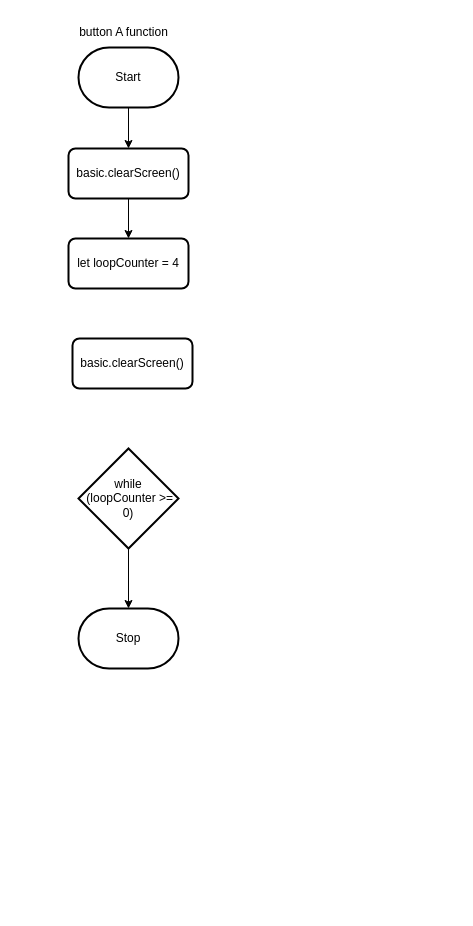
Before: design/flowchart.drawio in MTHS-TEJ2O-1-2023/TEJ2O-Unit-2-13-Liya-Getachew, a draw.io diagram. Source tidied: cells renumbered, new cells numbered last; positions are measured from the earlier drawing's top-left corner, leaving out a move shared by most shapes. Both pictures are drawn from the tidied source at 100%, with x=0, y=0 at pixel (68, 17).
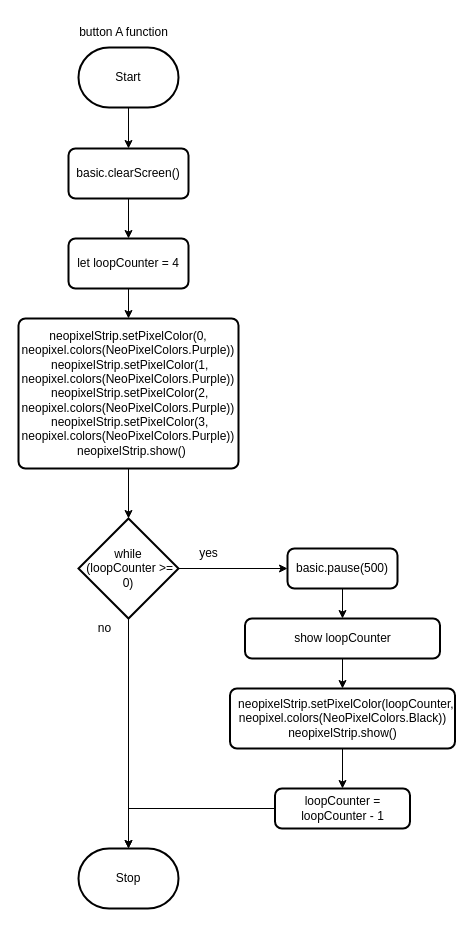
After the change.

Unchanged cells that the change refers to:
```xml
<mxCell id="3" value="Start" style="strokeWidth=2;html=1;shape=mxgraph.flowchart.terminator;whiteSpace=wrap;" parent="1" vertex="1">
  <mxGeometry x="10" y="30" width="100" height="60" as="geometry" />
</mxCell>
<mxCell id="7" value="basic.clearScreen()" style="rounded=1;whiteSpace=wrap;html=1;absoluteArcSize=1;arcSize=14;strokeWidth=2;" parent="1" vertex="1">
  <mxGeometry y="131" width="120" height="50" as="geometry" />
</mxCell>
<mxCell id="8" value="let loopCounter = 4" style="rounded=1;whiteSpace=wrap;html=1;absoluteArcSize=1;arcSize=14;strokeWidth=2;" parent="1" vertex="1">
  <mxGeometry y="221" width="120" height="50" as="geometry" />
</mxCell>
```

Diff of the diagram source:
```diff
@@
-    <mxCell id="2" style="edgeStyle=none;html=1;" parent="1" edge="1" source="3" target="7">
+    <mxCell id="2" style="edgeStyle=orthogonalEdgeStyle;html=1;rounded=0;" parent="1" edge="1" source="3" target="7">
       <mxGeometry relative="1" as="geometry" />
     </mxCell>
@@
     <mxCell id="4" value="Stop" style="strokeWidth=2;html=1;shape=mxgraph.flowchart.terminator;whiteSpace=wrap;" parent="1" vertex="1">
-      <mxGeometry x="10" y="591" width="100" height="60" as="geometry" />
+      <mxGeometry x="10" y="831" width="100" height="60" as="geometry" />
     </mxCell>
@@
-    <mxCell id="6" style="edgeStyle=none;html=1;" parent="1" edge="1" source="7" target="8">
+    <mxCell id="6" style="edgeStyle=orthogonalEdgeStyle;html=1;rounded=0;" parent="1" edge="1" source="7" target="8">
       <mxGeometry relative="1" as="geometry" />
     </mxCell>
@@
+    <mxCell id="12" style="edgeStyle=orthogonalEdgeStyle;html=1;rounded=0;" parent="1" edge="1" source="8" target="11">
+      <mxGeometry relative="1" as="geometry" />
+    </mxCell>
@@
-    <mxCell id="9" style="edgeStyle=none;html=1;" parent="1" edge="1" source="10" target="4">
+    <mxCell id="9" style="edgeStyle=orthogonalEdgeStyle;html=1;rounded=0;" parent="1" edge="1" source="10" target="4">
       <mxGeometry relative="1" as="geometry" />
     </mxCell>
+    <mxCell id="13" style="edgeStyle=orthogonalEdgeStyle;html=1;rounded=0;" parent="1" edge="1" source="10" target="16">
+      <mxGeometry relative="1" as="geometry" />
+    </mxCell>
     <mxCell id="10" value="while&lt;br&gt;&amp;nbsp;(loopCounter &amp;gt;= 0)" style="strokeWidth=2;html=1;shape=mxgraph.flowchart.decision;whiteSpace=wrap;" parent="1" vertex="1">
-      <mxGeometry x="10" y="431" width="100" height="100" as="geometry" />
+      <mxGeometry x="10" y="501" width="100" height="100" as="geometry" />
     </mxCell>
+    <mxCell id="14" style="edgeStyle=orthogonalEdgeStyle;html=1;rounded=0;" parent="1" edge="1" source="11" target="10">
+      <mxGeometry relative="1" as="geometry" />
+    </mxCell>
-    <mxCell id="11" value="basic.clearScreen()" style="rounded=1;whiteSpace=wrap;html=1;absoluteArcSize=1;arcSize=14;strokeWidth=2;" parent="1" vertex="1">
-      <mxGeometry x="4" y="321" width="120" height="50" as="geometry" />
+    <mxCell id="11" value="&lt;div&gt;neopixelStrip.setPixelColor(0, neopixel.colors(NeoPixelColors.Purple))&lt;/div&gt;&lt;div&gt;&amp;nbsp;neopixelStrip.setPixelColor(1, neopixel.colors(NeoPixelColors.Purple))&lt;/div&gt;&lt;div&gt;&amp;nbsp;neopixelStrip.setPixelColor(2, neopixel.colors(NeoPixelColors.Purple))&lt;/div&gt;&lt;div&gt;&amp;nbsp;neopixelStrip.setPixelColor(3, neopixel.colors(NeoPixelColors.Purple))&lt;/div&gt;&lt;div&gt;&amp;nbsp; neopixelStrip.show()&lt;/div&gt;" style="rounded=1;whiteSpace=wrap;html=1;absoluteArcSize=1;arcSize=14;strokeWidth=2;" parent="1" vertex="1">
+      <mxGeometry x="-50" y="301" width="220" height="150" as="geometry" />
     </mxCell>
+    <mxCell id="15" style="edgeStyle=orthogonalEdgeStyle;html=1;rounded=0;" parent="1" edge="1" source="16" target="18">
+      <mxGeometry relative="1" as="geometry" />
+    </mxCell>
+    <mxCell id="16" value="basic.pause(500)" style="rounded=1;whiteSpace=wrap;html=1;absoluteArcSize=1;arcSize=14;strokeWidth=2;" parent="1" vertex="1">
+      <mxGeometry x="219" y="531" width="110" height="40" as="geometry" />
+    </mxCell>
+    <mxCell id="17" style="edgeStyle=orthogonalEdgeStyle;html=1;rounded=0;" parent="1" edge="1" source="18" target="20">
+      <mxGeometry relative="1" as="geometry" />
+    </mxCell>
+    <mxCell id="18" value="show loopCounter" style="rounded=1;whiteSpace=wrap;html=1;absoluteArcSize=1;arcSize=14;strokeWidth=2;" parent="1" vertex="1">
+      <mxGeometry x="176.5" y="601" width="195" height="40" as="geometry" />
+    </mxCell>
+    <mxCell id="19" style="edgeStyle=orthogonalEdgeStyle;html=1;rounded=0;" parent="1" edge="1" source="20" target="22">
+      <mxGeometry relative="1" as="geometry" />
+    </mxCell>
+    <mxCell id="20" value="&lt;div&gt;&amp;nbsp; neopixelStrip.setPixelColor(loopCounter, neopixel.colors(NeoPixelColors.Black))&lt;/div&gt;&lt;div&gt;neopixelStrip.show()&lt;br&gt;&lt;/div&gt;" style="rounded=1;whiteSpace=wrap;html=1;absoluteArcSize=1;arcSize=14;strokeWidth=2;" parent="1" vertex="1">
+      <mxGeometry x="161.5" y="671" width="225" height="60" as="geometry" />
+    </mxCell>
+    <mxCell id="21" style="edgeStyle=orthogonalEdgeStyle;html=1;entryX=0.5;entryY=0;entryDx=0;entryDy=0;entryPerimeter=0;rounded=0;" parent="1" edge="1" source="22" target="4">
+      <mxGeometry relative="1" as="geometry" />
+    </mxCell>
+    <mxCell id="22" value="loopCounter = loopCounter - 1" style="rounded=1;whiteSpace=wrap;html=1;absoluteArcSize=1;arcSize=14;strokeWidth=2;" parent="1" vertex="1">
+      <mxGeometry x="206.5" y="771" width="135" height="40" as="geometry" />
+    </mxCell>
+    <mxCell id="23" value="yes" style="text;html=1;align=center;verticalAlign=middle;strokeColor=none;fillColor=none;" parent="1" vertex="1">
+      <mxGeometry x="120" y="521" width="40" height="30" as="geometry" />
+    </mxCell>
+    <mxCell id="24" value="no" style="text;html=1;align=center;verticalAlign=middle;strokeColor=none;fillColor=none;" parent="1" vertex="1">
+      <mxGeometry x="16" y="596" width="40" height="30" as="geometry" />
+    </mxCell>
```
